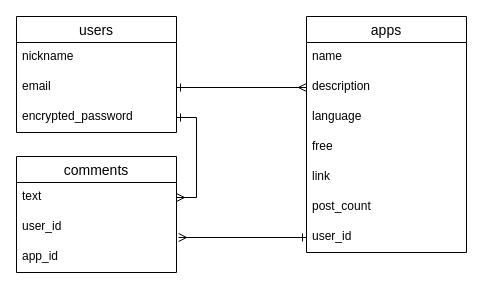
doshara1280/app-share keeps this draw.io diagram as ER.dio. Above is the earlier version. Source tidied: cells renumbered, new cells numbered last; positions are measured from the earlier drawing's top-left corner, leaving out a move shared by most shapes. Both pictures are drawn from the tidied source at 100%, with x=0, y=0 at pixel (16, 16).
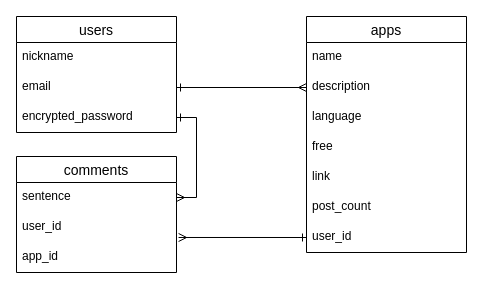
The same page after the edit.

Commit message:
ER図のカラム名を修正

The change refers to these unchanged cells:
```xml
<mxCell id="14" value="comments" style="swimlane;fontStyle=0;horizontal=1;startSize=26;align=center;fontSize=14;" parent="1" vertex="1">
  <mxGeometry y="140" width="160" height="116" as="geometry" />
</mxCell>
```

Diff of the diagram source:
```diff
@@
-    <mxCell id="15" value="text" style="text;strokeColor=none;fillColor=none;spacingLeft=4;spacingRight=4;overflow=hidden;points=[[0,0.5],[1,0.5]];portConstraint=eastwest;fontSize=12;" parent="14" vertex="1">
+    <mxCell id="15" value="sentence" style="text;strokeColor=none;fillColor=none;spacingLeft=4;spacingRight=4;overflow=hidden;points=[[0,0.5],[1,0.5]];portConstraint=eastwest;fontSize=12;" parent="14" vertex="1">
       <mxGeometry y="26" width="160" height="30" as="geometry" />
     </mxCell>
```
